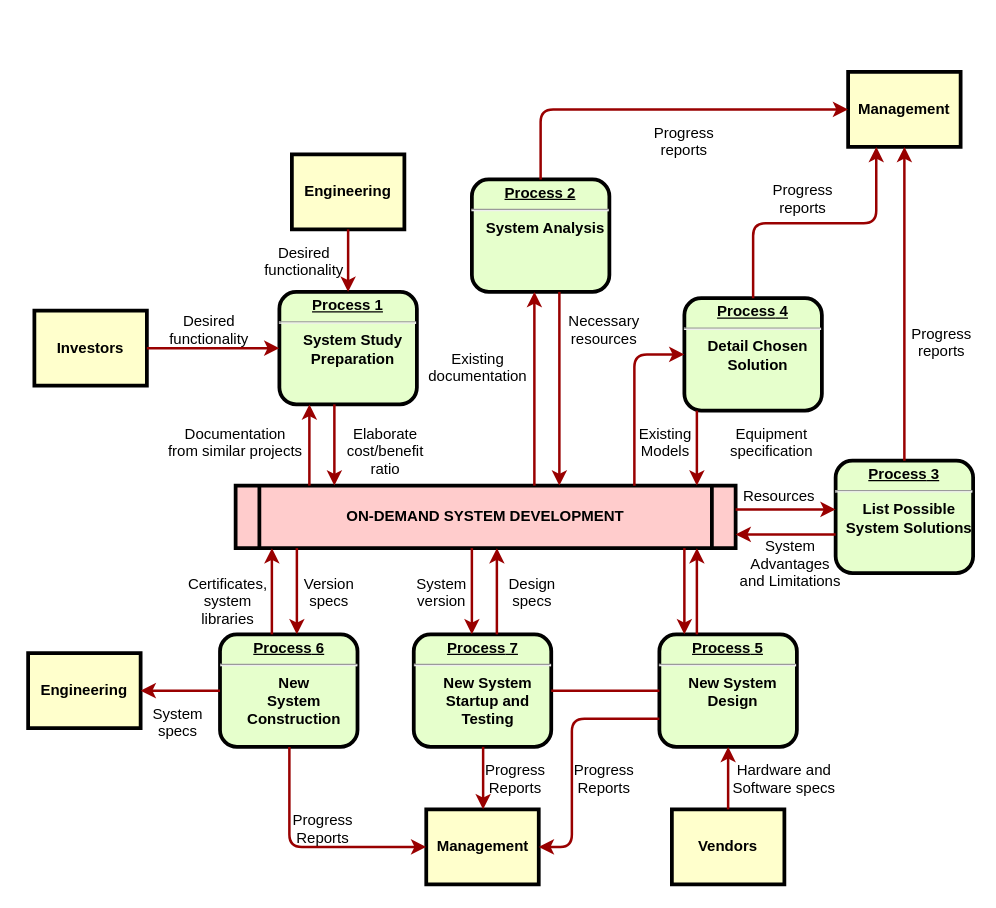
Above: 未命名绘图.drawio in cwb927/demo (draw.io), before the change. Source tidied: cells renumbered, new cells numbered last; positions are measured from the earlier drawing's top-left corner, leaving out a move shared by most shapes. Both pictures are drawn from the tidied source at 125%, with x=0, y=0 at pixel (28, 71).
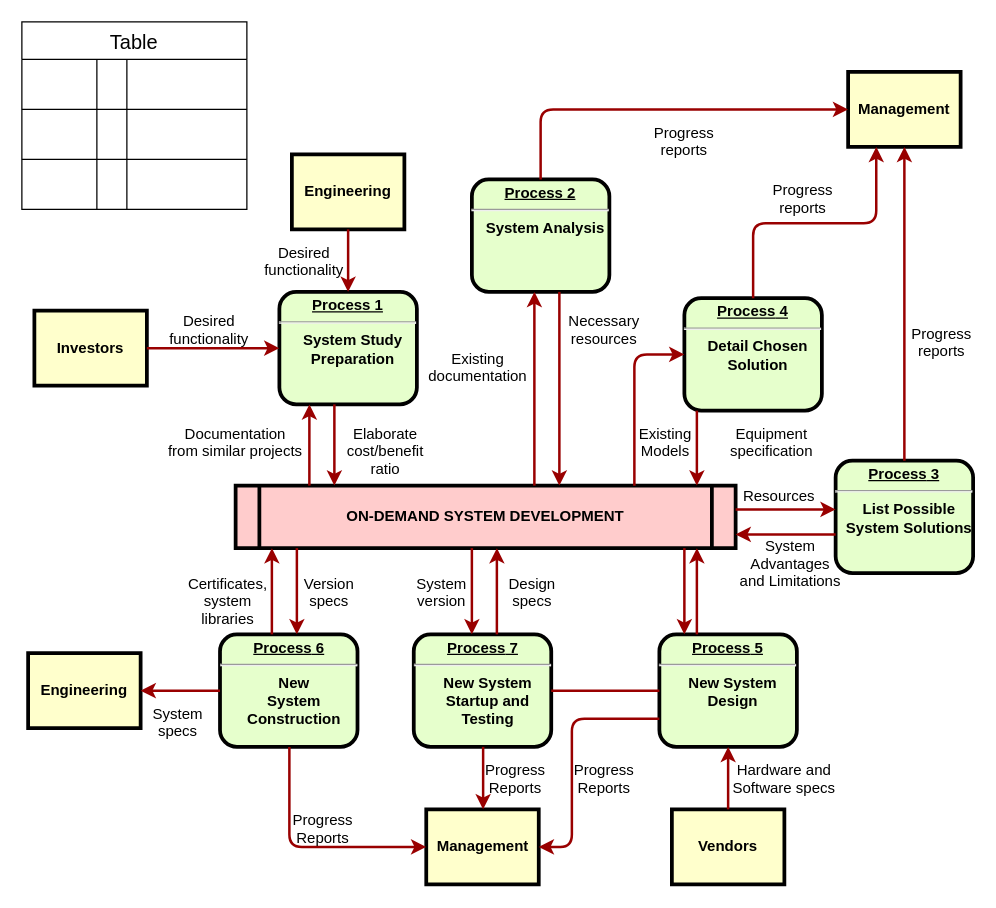
After the change.

Commit message:
更新未命名绘图.drawio

The edit, as a diff of the source:
```diff
@@
+    <mxCell id="63" value="Table" style="shape=table;startSize=30;childLayout=tableLayout;strokeColor=default;fontSize=16;" parent="1" vertex="1">
+      <mxGeometry x="-5" y="-40" width="180" height="150" as="geometry" />
+    </mxCell>
+    <mxCell id="64" style="shape=tableRow;horizontal=0;startSize=0;swimlaneHead=0;swimlaneBody=0;strokeColor=inherit;top=0;left=0;bottom=0;right=0;fillColor=none;fontSize=16;" parent="63" vertex="1">
+      <mxGeometry y="30" width="180" height="40" as="geometry" />
+    </mxCell>
+    <mxCell id="65" style="shape=partialRectangle;html=1;whiteSpace=wrap;strokeColor=inherit;overflow=hidden;fillColor=none;top=0;left=0;bottom=0;right=0;fontSize=16;" parent="64" vertex="1">
+      <mxGeometry width="60" height="40" as="geometry" />
+    </mxCell>
+    <mxCell id="66" style="shape=partialRectangle;html=1;whiteSpace=wrap;strokeColor=inherit;overflow=hidden;fillColor=none;top=0;left=0;bottom=0;right=0;fontSize=16;" parent="64" vertex="1">
+      <mxGeometry x="60" width="24" height="40" as="geometry" />
+    </mxCell>
+    <mxCell id="67" style="shape=partialRectangle;html=1;whiteSpace=wrap;strokeColor=inherit;overflow=hidden;fillColor=none;top=0;left=0;bottom=0;right=0;fontSize=16;" parent="64" vertex="1">
+      <mxGeometry x="84" width="96" height="40" as="geometry" />
+    </mxCell>
+    <mxCell id="68" style="shape=tableRow;horizontal=0;startSize=0;swimlaneHead=0;swimlaneBody=0;strokeColor=inherit;top=0;left=0;bottom=0;right=0;fillColor=none;fontSize=16;" parent="63" vertex="1">
+      <mxGeometry y="70" width="180" height="40" as="geometry" />
+    </mxCell>
+    <mxCell id="69" style="shape=partialRectangle;html=1;whiteSpace=wrap;strokeColor=inherit;overflow=hidden;fillColor=none;top=0;left=0;bottom=0;right=0;fontSize=16;" parent="68" vertex="1">
+      <mxGeometry width="60" height="40" as="geometry" />
+    </mxCell>
+    <mxCell id="70" style="shape=partialRectangle;html=1;whiteSpace=wrap;strokeColor=inherit;overflow=hidden;fillColor=none;top=0;left=0;bottom=0;right=0;fontSize=16;" parent="68" vertex="1">
+      <mxGeometry x="60" width="24" height="40" as="geometry" />
+    </mxCell>
+    <mxCell id="71" style="shape=partialRectangle;html=1;whiteSpace=wrap;strokeColor=inherit;overflow=hidden;fillColor=none;top=0;left=0;bottom=0;right=0;fontSize=16;" parent="68" vertex="1">
+      <mxGeometry x="84" width="96" height="40" as="geometry" />
+    </mxCell>
+    <mxCell id="72" style="shape=tableRow;horizontal=0;startSize=0;swimlaneHead=0;swimlaneBody=0;strokeColor=inherit;top=0;left=0;bottom=0;right=0;fillColor=none;fontSize=16;" parent="63" vertex="1">
+      <mxGeometry y="110" width="180" height="40" as="geometry" />
+    </mxCell>
+    <mxCell id="73" style="shape=partialRectangle;html=1;whiteSpace=wrap;strokeColor=inherit;overflow=hidden;fillColor=none;top=0;left=0;bottom=0;right=0;fontSize=16;" parent="72" vertex="1">
+      <mxGeometry width="60" height="40" as="geometry" />
+    </mxCell>
+    <mxCell id="74" style="shape=partialRectangle;html=1;whiteSpace=wrap;strokeColor=inherit;overflow=hidden;fillColor=none;top=0;left=0;bottom=0;right=0;fontSize=16;" parent="72" vertex="1">
+      <mxGeometry x="60" width="24" height="40" as="geometry" />
+    </mxCell>
+    <mxCell id="75" style="shape=partialRectangle;html=1;whiteSpace=wrap;strokeColor=inherit;overflow=hidden;fillColor=none;top=0;left=0;bottom=0;right=0;fontSize=16;" parent="72" vertex="1">
+      <mxGeometry x="84" width="96" height="40" as="geometry" />
+    </mxCell>
```
